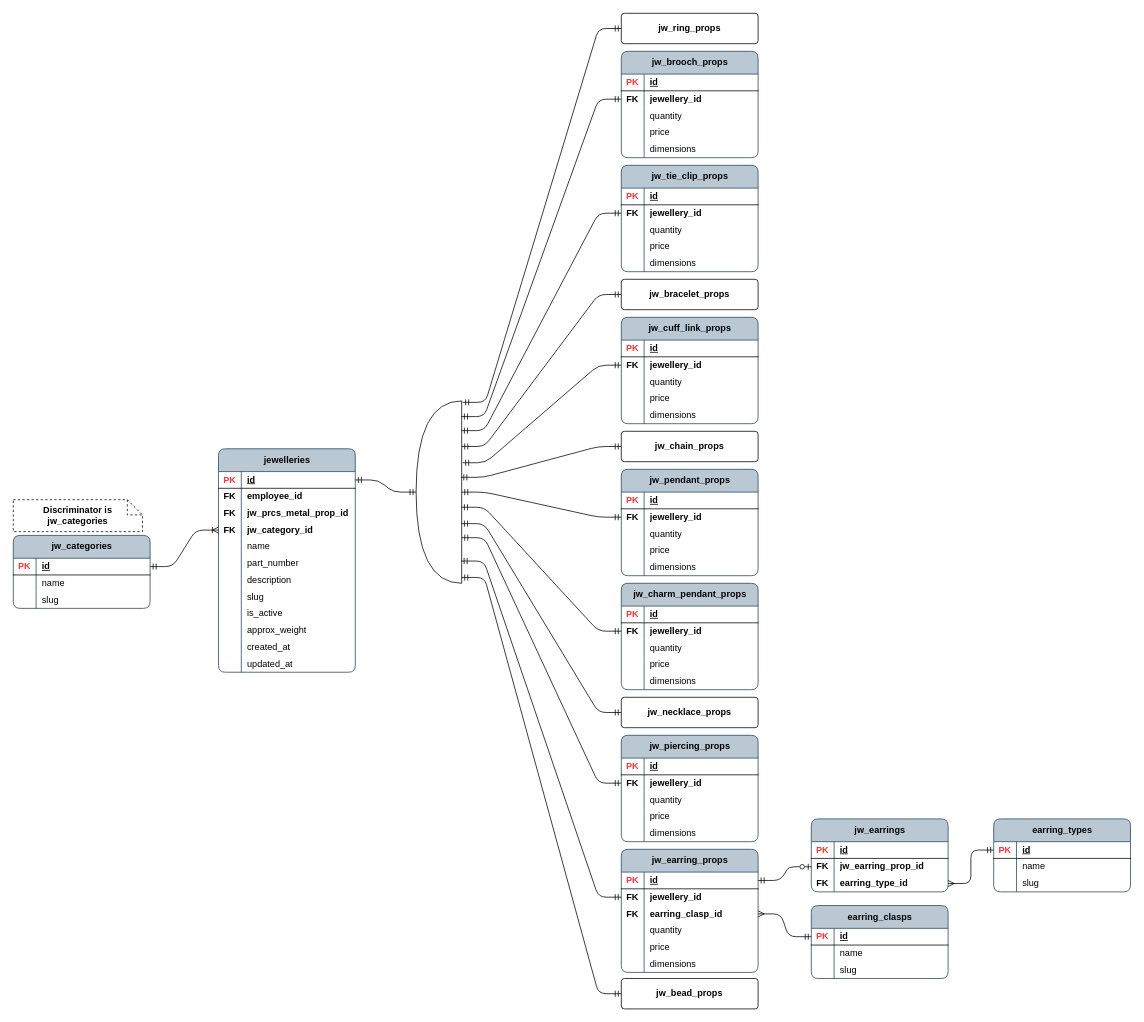
Above: page "psql_jewellery" (1 of 13) of publisher/laravel-app/psql_jewellery_items.drawio in Local-development-environment/msg-brokers-publisher-consumer (draw.io), before the change. Source tidied: cells renumbered, new cells numbered last; positions are measured from the earlier drawing's top-left corner, leaving out a move shared by most shapes. Both pictures are drawn from the tidied source at 76%, with x=0, y=0 at pixel (13, 13).
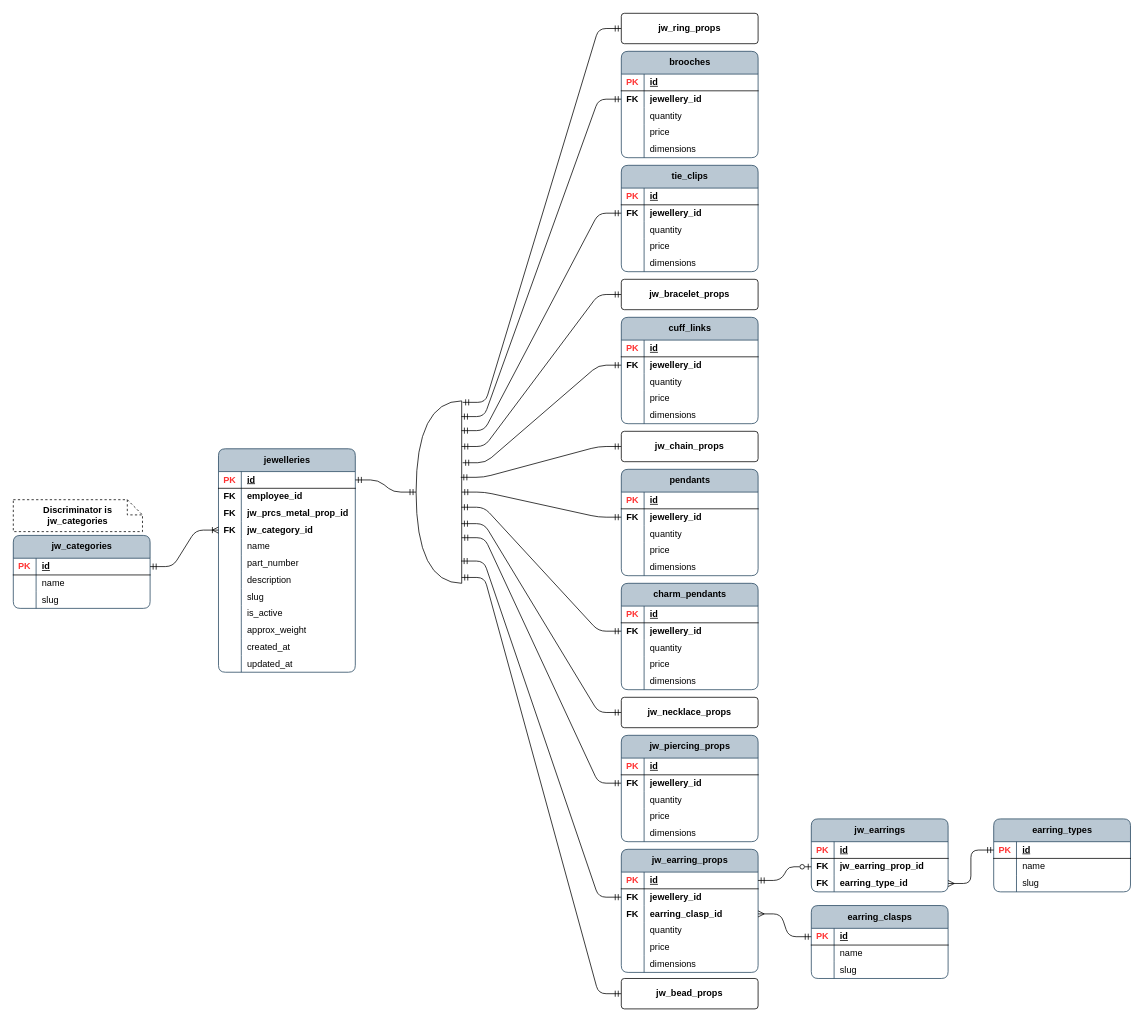
After the change.

Diff of the diagram source:
```diff
@@
-    <mxCell id="64" value="jw_brooch_props" style="shape=table;startSize=30;childLayout=tableLayout;rowLines=0;fontStyle=1;align=center;html=1;rounded=1;swimlaneFillColor=none;fillColor=#bac8d3;strokeColor=#23445d;columnLines=1;arcSize=10;" parent="1" vertex="1">
+    <mxCell id="64" value="brooches" style="shape=table;startSize=30;childLayout=tableLayout;rowLines=0;fontStyle=1;align=center;html=1;rounded=1;swimlaneFillColor=none;fillColor=#bac8d3;strokeColor=#23445d;columnLines=1;arcSize=10;" parent="1" vertex="1">
       <mxGeometry x="800" y="50" width="180" height="140" as="geometry" />
     </mxCell>
@@
-    <mxCell id="81" value="jw_tie_clip_props" style="shape=table;startSize=30;childLayout=tableLayout;rowLines=0;fontStyle=1;align=center;html=1;rounded=1;swimlaneFillColor=none;fillColor=#bac8d3;strokeColor=#23445d;columnLines=1;arcSize=10;" parent="1" vertex="1">
+    <mxCell id="81" value="tie_clips" style="shape=table;startSize=30;childLayout=tableLayout;rowLines=0;fontStyle=1;align=center;html=1;rounded=1;swimlaneFillColor=none;fillColor=#bac8d3;strokeColor=#23445d;columnLines=1;arcSize=10;" parent="1" vertex="1">
       <mxGeometry x="800" y="200" width="180" height="140" as="geometry" />
     </mxCell>
@@
-    <mxCell id="98" value="jw_cuff_link_props" style="shape=table;startSize=30;childLayout=tableLayout;rowLines=0;fontStyle=1;align=center;html=1;rounded=1;swimlaneFillColor=none;fillColor=#bac8d3;strokeColor=#23445d;columnLines=1;arcSize=10;" parent="1" vertex="1">
+    <mxCell id="98" value="cuff_links" style="shape=table;startSize=30;childLayout=tableLayout;rowLines=0;fontStyle=1;align=center;html=1;rounded=1;swimlaneFillColor=none;fillColor=#bac8d3;strokeColor=#23445d;columnLines=1;arcSize=10;" parent="1" vertex="1">
       <mxGeometry x="800" y="400" width="180" height="140" as="geometry" />
     </mxCell>
@@
-    <mxCell id="115" value="jw_pendant_props" style="shape=table;startSize=30;childLayout=tableLayout;rowLines=0;fontStyle=1;align=center;html=1;rounded=1;swimlaneFillColor=none;fillColor=#bac8d3;strokeColor=#23445d;columnLines=1;arcSize=10;" parent="1" vertex="1">
+    <mxCell id="115" value="pendants" style="shape=table;startSize=30;childLayout=tableLayout;rowLines=0;fontStyle=1;align=center;html=1;rounded=1;swimlaneFillColor=none;fillColor=#bac8d3;strokeColor=#23445d;columnLines=1;arcSize=10;" parent="1" vertex="1">
       <mxGeometry x="800" y="600" width="180" height="140" as="geometry" />
     </mxCell>
@@
-    <mxCell id="131" value="jw_charm_pendant_props" style="shape=table;startSize=30;childLayout=tableLayout;rowLines=0;fontStyle=1;align=center;html=1;rounded=1;swimlaneFillColor=none;fillColor=#bac8d3;strokeColor=#23445d;columnLines=1;arcSize=10;" parent="1" vertex="1">
+    <mxCell id="131" value="charm_pendants" style="shape=table;startSize=30;childLayout=tableLayout;rowLines=0;fontStyle=1;align=center;html=1;rounded=1;swimlaneFillColor=none;fillColor=#bac8d3;strokeColor=#23445d;columnLines=1;arcSize=10;" parent="1" vertex="1">
       <mxGeometry x="800" y="750" width="180" height="140" as="geometry" />
     </mxCell>
```
